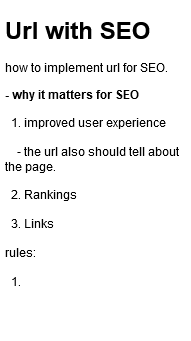
This is url_overview.png from stsiwo/seo_overview, a draw.io export, as it was before one commit. Source tidied: cells renumbered, new cells last; positions are measured from the earlier drawing's top-left corner, leaving out a move shared by most shapes.
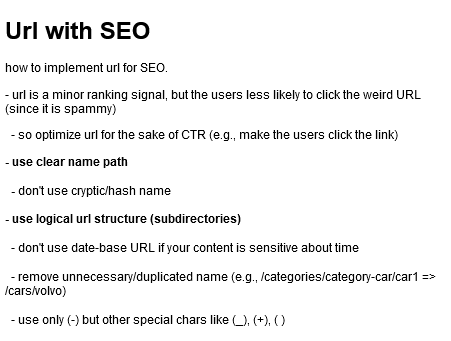
Above is the later version.

Diff of the diagram source:
```diff
@@ -2,8 +2,8 @@
   <root>
     <mxCell id="0" />
     <mxCell id="1" parent="0" />
-    <mxCell id="2" value="&lt;h1&gt;Url with SEO&lt;br&gt;&lt;/h1&gt;&lt;p&gt;how to implement url for SEO.&lt;/p&gt;&lt;div&gt;&lt;b&gt;- why it matters for SEO&lt;br&gt;&lt;/b&gt;&lt;/div&gt;&lt;div&gt;&lt;br&gt;&lt;/div&gt;&lt;div&gt;&amp;nbsp; 1. improved user experience&lt;/div&gt;&lt;div&gt;&lt;br&gt;&lt;/div&gt;&lt;div&gt;&amp;nbsp;&amp;nbsp;&amp;nbsp; - the url also should tell about the page.&lt;br&gt;&lt;/div&gt;&lt;div&gt;&lt;br&gt;&lt;/div&gt;&lt;div&gt;&amp;nbsp; 2. Rankings&lt;/div&gt;&lt;div&gt;&lt;br&gt;&lt;/div&gt;&lt;div&gt;&amp;nbsp; 3. Links&lt;br&gt;&lt;/div&gt;&lt;div&gt;&lt;br&gt;&lt;/div&gt;&lt;div&gt;rules:&lt;/div&gt;&lt;div&gt;&lt;br&gt;&lt;/div&gt;&lt;div&gt;&amp;nbsp; 1. &lt;br&gt;&lt;/div&gt;" style="text;html=1;strokeColor=none;fillColor=none;spacing=5;spacingTop=-20;whiteSpace=wrap;overflow=hidden;rounded=0;" parent="1" vertex="1">
-      <mxGeometry width="190" height="330" as="geometry" />
+    <mxCell id="2" value="&lt;h1&gt;Url with SEO&lt;br&gt;&lt;/h1&gt;&lt;p&gt;how to implement url for SEO.&lt;/p&gt;&lt;p&gt;- url is a minor ranking signal, but the users less likely to click the weird URL (since it is spammy)&lt;/p&gt;&lt;p&gt;&amp;nbsp; - so optimize url for the sake of CTR (e.g., make the users click the link)&lt;br&gt;&lt;/p&gt;&lt;div&gt;&lt;b&gt;- use clear name path&lt;/b&gt;&lt;/div&gt;&lt;div&gt;&lt;b&gt;&lt;br&gt;&lt;/b&gt;&lt;/div&gt;&lt;div&gt;&lt;b&gt;&amp;nbsp; - &lt;/b&gt;don't use cryptic/hash name&lt;/div&gt;&lt;div&gt;&lt;br&gt;&lt;/div&gt;&lt;div&gt;&lt;b&gt;- use logical url structure (subdirectories)&lt;/b&gt;&lt;/div&gt;&lt;div&gt;&lt;br&gt;&lt;/div&gt;&lt;div&gt;&amp;nbsp; - don't use date-base URL if your content is sensitive about time&lt;br&gt;&lt;/div&gt;&lt;div&gt;&lt;br&gt;&lt;/div&gt;&lt;div&gt;&amp;nbsp; - remove unnecessary/duplicated name (e.g., /categories/category-car/car1 =&amp;gt; /cars/volvo)&lt;/div&gt;&lt;div&gt;&lt;br&gt;&lt;/div&gt;&lt;div&gt;&amp;nbsp; - use only (-) but other special chars like (_), (+), ( )&lt;/div&gt;&lt;div&gt;&lt;br&gt;&lt;/div&gt;&lt;div&gt;&amp;nbsp; - always use lower-case (not Camel-case, Upper-Case)&lt;br&gt;&lt;/div&gt;" style="text;html=1;strokeColor=none;fillColor=none;spacing=5;spacingTop=-20;whiteSpace=wrap;overflow=hidden;rounded=0;" parent="1" vertex="1">
+      <mxGeometry width="450" height="330" as="geometry" />
     </mxCell>
   </root>
 </mxGraphModel>
```
